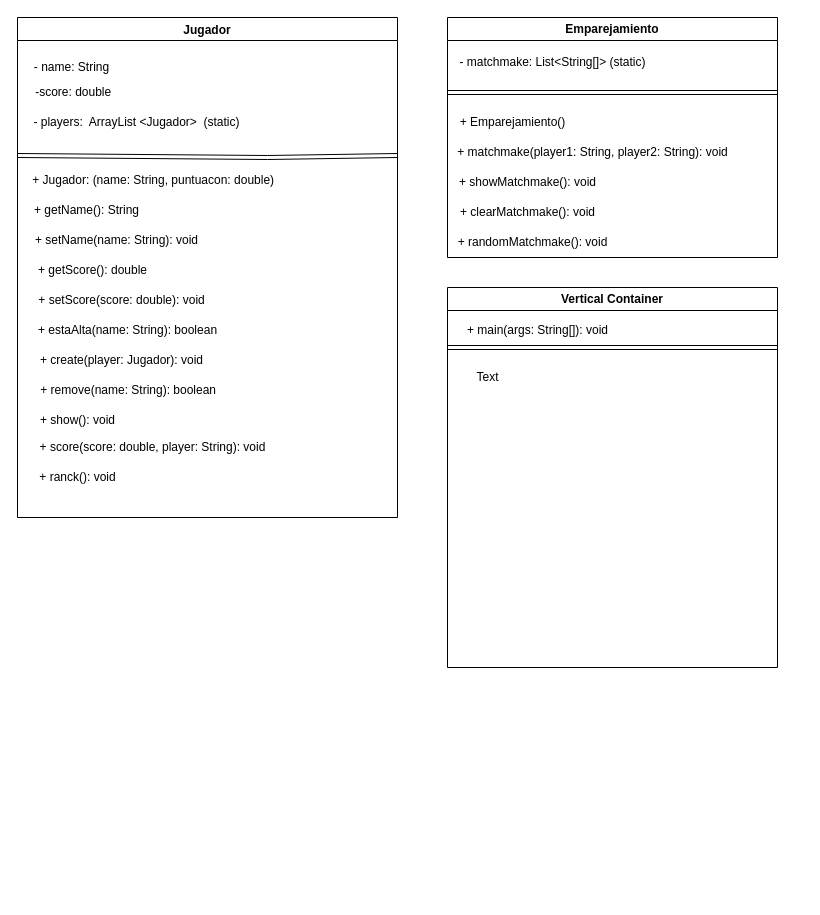
Above: src/main/java/upm/UML.dio in MarioMan575/template-poo (draw.io), before the change. Source tidied: cells renumbered, new cells numbered last; positions are measured from the earlier drawing's top-left corner, leaving out a move shared by most shapes. Both pictures are drawn from the tidied source at 100%, with x=0, y=0 at pixel (17, 17).
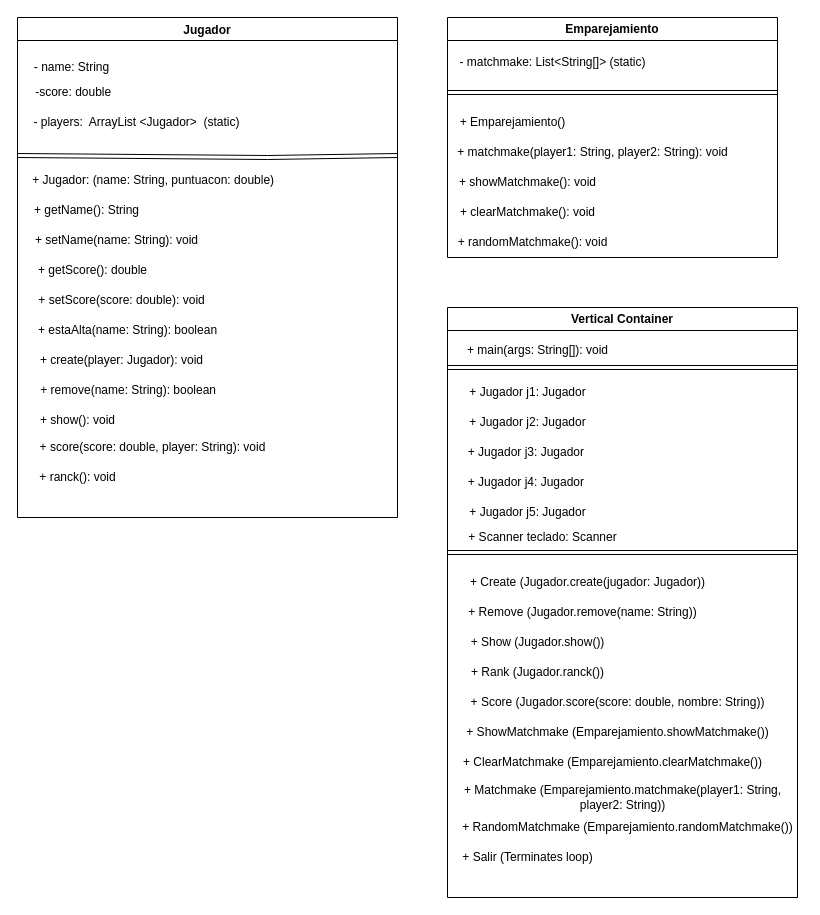
The same diagram, later.

Commit message (it also covers changes not shown here):
UML terminado

The edit, as a diff of the source:
```diff
@@
     <mxCell id="26" value="Vertical Container" style="swimlane;whiteSpace=wrap;html=1;" parent="1" vertex="1">
-      <mxGeometry x="430" y="270" width="330" height="380" as="geometry" />
+      <mxGeometry x="430" y="290" width="350" height="590" as="geometry" />
     </mxCell>
@@
     <mxCell id="28" style="endArrow=none;html=1;shape=link;" parent="26" edge="1">
       <mxGeometry relative="1" as="geometry">
         <mxPoint y="60" as="sourcePoint" />
-        <mxPoint x="330" y="60" as="targetPoint" />
+        <mxPoint x="350" y="60" as="targetPoint" />
       </mxGeometry>
     </mxCell>
-    <mxCell id="29" value="Text" style="text;html=1;align=center;verticalAlign=middle;strokeColor=none;fillColor=none;" parent="1" vertex="1">
-      <mxGeometry x="445" y="345" width="50" height="30" as="geometry" />
+    <mxCell id="29" value="+ Jugador j1: Jugador" style="text;html=1;align=center;verticalAlign=middle;strokeColor=none;fillColor=none;" parent="26" vertex="1">
+      <mxGeometry x="10" y="70" width="140" height="30" as="geometry" />
     </mxCell>
+    <mxCell id="30" value="+ Jugador j2: Jugador" style="text;html=1;align=center;verticalAlign=middle;strokeColor=none;fillColor=none;" parent="26" vertex="1">
+      <mxGeometry x="10" y="100" width="140" height="30" as="geometry" />
+    </mxCell>
+    <mxCell id="31" value="+ Jugador j3: Jugador&amp;nbsp;" style="text;html=1;align=center;verticalAlign=middle;strokeColor=none;fillColor=none;" parent="26" vertex="1">
+      <mxGeometry x="10" y="130" width="140" height="30" as="geometry" />
+    </mxCell>
+    <mxCell id="32" value="+ Jugador j4: Jugador&amp;nbsp;" style="text;html=1;align=center;verticalAlign=middle;strokeColor=none;fillColor=none;" parent="26" vertex="1">
+      <mxGeometry x="10" y="160" width="140" height="30" as="geometry" />
+    </mxCell>
+    <mxCell id="33" value="+ Jugador j5: Jugador" style="text;html=1;align=center;verticalAlign=middle;strokeColor=none;fillColor=none;" parent="26" vertex="1">
+      <mxGeometry x="10" y="190" width="140" height="30" as="geometry" />
+    </mxCell>
+    <mxCell id="34" value="+ Scanner teclado: Scanner" style="text;html=1;align=center;verticalAlign=middle;strokeColor=none;fillColor=none;" parent="26" vertex="1">
+      <mxGeometry x="10" y="215" width="170" height="30" as="geometry" />
+    </mxCell>
+    <mxCell id="35" style="endArrow=none;html=1;shape=link;" parent="26" edge="1">
+      <mxGeometry relative="1" as="geometry">
+        <mxPoint y="245" as="sourcePoint" />
+        <mxPoint x="350" y="245" as="targetPoint" />
+      </mxGeometry>
+    </mxCell>
+    <mxCell id="36" value="+ Create (Jugador.create(jugador: Jugador)) " style="text;html=1;align=center;verticalAlign=middle;strokeColor=none;fillColor=none;" parent="26" vertex="1">
+      <mxGeometry x="10" y="260" width="260" height="30" as="geometry" />
+    </mxCell>
+    <mxCell id="37" value="+ Remove (Jugador.remove(name: String))" style="text;html=1;align=center;verticalAlign=middle;strokeColor=none;fillColor=none;" parent="26" vertex="1">
+      <mxGeometry x="10" y="290" width="250" height="30" as="geometry" />
+    </mxCell>
+    <mxCell id="38" value="+ Show (Jugador.show())  " style="text;html=1;align=center;verticalAlign=middle;strokeColor=none;fillColor=none;" parent="26" vertex="1">
+      <mxGeometry x="10" y="320" width="160" height="30" as="geometry" />
+    </mxCell>
+    <mxCell id="39" value="+ Rank (Jugador.ranck())   " style="text;html=1;align=center;verticalAlign=middle;strokeColor=none;fillColor=none;" parent="26" vertex="1">
+      <mxGeometry x="10" y="350" width="160" height="30" as="geometry" />
+    </mxCell>
+    <mxCell id="40" value="+ Score (Jugador.score(score: double, nombre: String))" style="text;html=1;align=center;verticalAlign=middle;strokeColor=none;fillColor=none;" parent="26" vertex="1">
+      <mxGeometry x="10" y="380" width="320" height="30" as="geometry" />
+    </mxCell>
+    <mxCell id="41" value="+ ShowMatchmake (Emparejamiento.showMatchmake())" style="text;html=1;align=center;verticalAlign=middle;strokeColor=none;fillColor=none;" parent="26" vertex="1">
+      <mxGeometry x="5" y="410" width="330" height="30" as="geometry" />
+    </mxCell>
+    <mxCell id="42" value="+ ClearMatchmake (Emparejamiento.clearMatchmake())" style="text;html=1;align=center;verticalAlign=middle;strokeColor=none;fillColor=none;" parent="26" vertex="1">
+      <mxGeometry x="5" y="440" width="320" height="30" as="geometry" />
+    </mxCell>
+    <mxCell id="43" value="+ Matchmake (Emparejamiento.matchmake(player1: String, &lt;br&gt;player2: String))" style="text;html=1;align=center;verticalAlign=middle;strokeColor=none;fillColor=none;" parent="26" vertex="1">
+      <mxGeometry x="5" y="470" width="340" height="40" as="geometry" />
+    </mxCell>
+    <mxCell id="44" value="+ RandomMatchmake (Emparejamiento.randomMatchmake())" style="text;html=1;align=center;verticalAlign=middle;strokeColor=none;fillColor=none;" parent="26" vertex="1">
+      <mxGeometry x="5" y="505" width="350" height="30" as="geometry" />
+    </mxCell>
+    <mxCell id="45" value="+ Salir (Terminates loop)  " style="text;html=1;align=center;verticalAlign=middle;strokeColor=none;fillColor=none;" parent="26" vertex="1">
+      <mxGeometry x="5" y="535" width="150" height="30" as="geometry" />
+    </mxCell>
```
